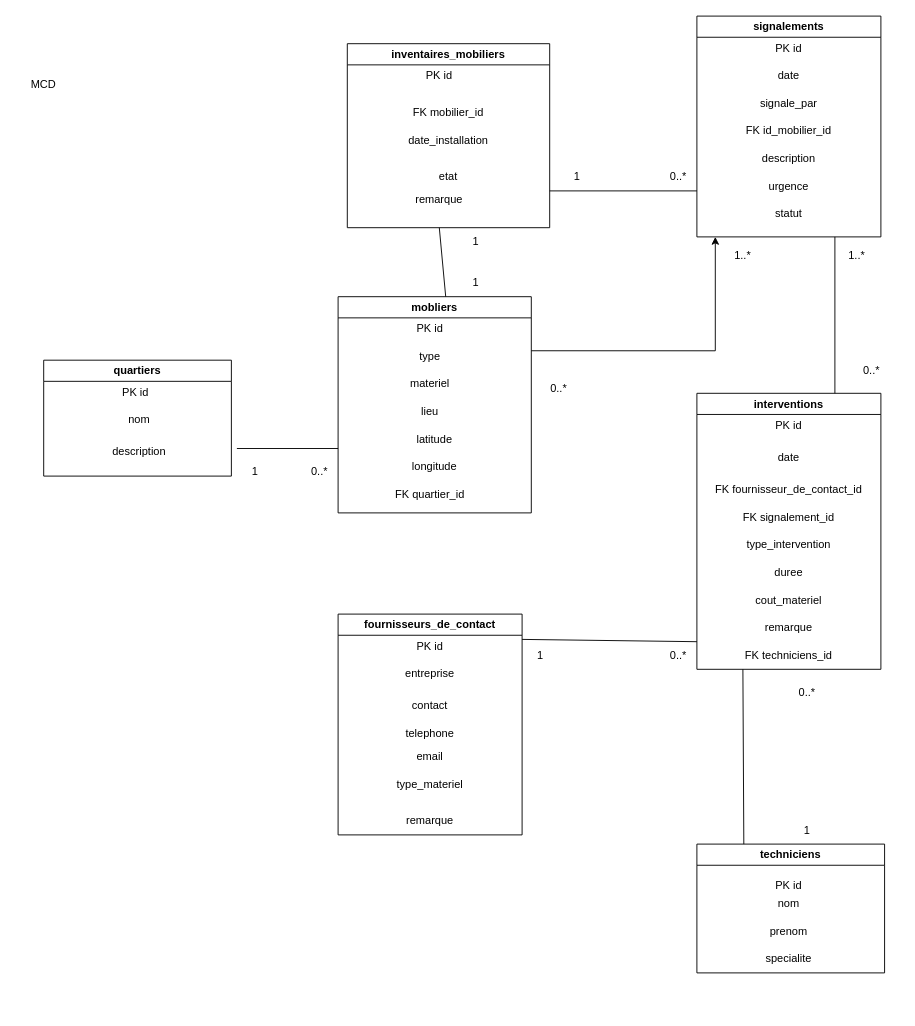
This is MCD.drawio from justinestalder-svg/Analyse-des-d-lais-de-traitement-par-quartier, a draw.io file, before an edit. Source tidied: cells renumbered, new cells numbered last; positions are measured from the earlier drawing's top-left corner, leaving out a move shared by most shapes. Both pictures are drawn from the tidied source at 92%, with x=0, y=0 at pixel (16, 16).
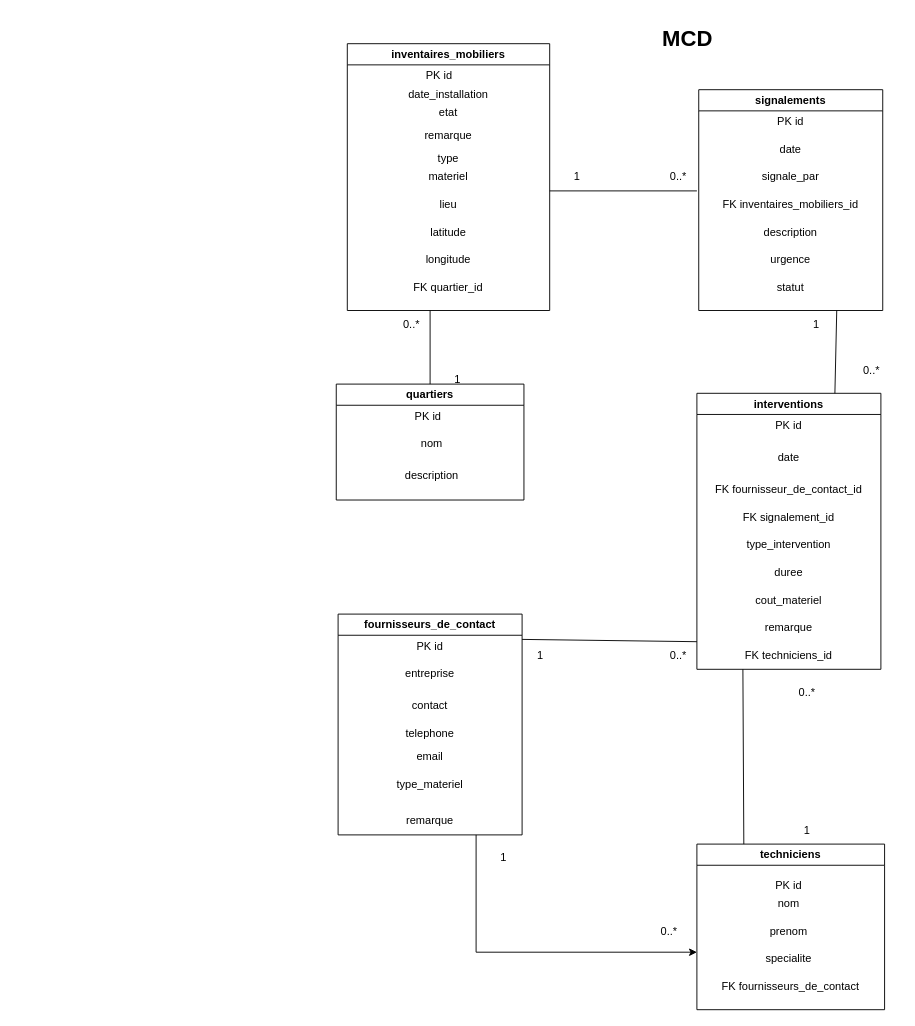
Above is the later version.

Commit message:
Mettre à jour MCD.drawio

Unchanged cells that the change refers to:
```xml
<mxCell id="8" value="remarque" style="text;html=1;whiteSpace=wrap;strokeColor=none;fillColor=none;align=center;verticalAlign=middle;rounded=0;" parent="2" vertex="1">
  <mxGeometry y="210" width="200" height="30" as="geometry" />
</mxCell>
<mxCell id="62" value="specialite" style="text;html=1;whiteSpace=wrap;strokeColor=none;fillColor=none;align=center;verticalAlign=middle;rounded=0;" parent="58" vertex="1">
  <mxGeometry y="110" width="200" height="30" as="geometry" />
</mxCell>
```

Diff of the diagram source:
```diff
@@
     <mxCell id="20" value="inventaires_mobiliers" style="swimlane;whiteSpace=wrap;html=1;rounded=0;align=center;verticalAlign=middle;fontFamily=Helvetica;fontSize=12;fontColor=default;fillColor=none;gradientColor=none;" parent="1" vertex="1">
-      <mxGeometry x="360" y="30" width="220" height="200" as="geometry" />
+      <mxGeometry x="360" y="30" width="220" height="290" as="geometry" />
     </mxCell>
@@
     <mxCell id="22" value="date_installation" style="text;html=1;whiteSpace=wrap;strokeColor=none;fillColor=none;align=center;verticalAlign=middle;rounded=0;" parent="20" vertex="1">
-      <mxGeometry x="10" y="90" width="200" height="30" as="geometry" />
+      <mxGeometry x="10" y="40" width="200" height="30" as="geometry" />
     </mxCell>
     <mxCell id="23" value="etat" style="text;html=1;whiteSpace=wrap;strokeColor=none;fillColor=none;align=center;verticalAlign=middle;rounded=0;" parent="20" vertex="1">
-      <mxGeometry x="10" y="130" width="200" height="30" as="geometry" />
+      <mxGeometry x="10" y="60" width="200" height="30" as="geometry" />
     </mxCell>
     <mxCell id="24" value="remarque" style="text;html=1;whiteSpace=wrap;strokeColor=none;fillColor=none;align=center;verticalAlign=middle;rounded=0;" parent="20" vertex="1">
-      <mxGeometry y="160" width="200" height="20" as="geometry" />
+      <mxGeometry x="10" y="90" width="200" height="20" as="geometry" />
     </mxCell>
-    <mxCell id="25" value="FK mobilier_id" style="text;html=1;whiteSpace=wrap;strokeColor=none;fillColor=none;align=center;verticalAlign=middle;rounded=0;fontFamily=Helvetica;fontSize=12;fontColor=default;" parent="20" vertex="1">
-      <mxGeometry x="10" y="60" width="200" height="30" as="geometry" />
-    </mxCell>
+    <mxCell id="45" value="type" style="text;html=1;whiteSpace=wrap;strokeColor=none;fillColor=none;align=center;verticalAlign=middle;rounded=0;fontFamily=Helvetica;fontSize=12;fontColor=default;" parent="20" vertex="1">
+      <mxGeometry x="10" y="110" width="200" height="30" as="geometry" />
+    </mxCell>
+    <mxCell id="46" value="materiel" style="text;html=1;whiteSpace=wrap;strokeColor=none;fillColor=none;align=center;verticalAlign=middle;rounded=0;fontFamily=Helvetica;fontSize=12;fontColor=default;" parent="20" vertex="1">
+      <mxGeometry x="10" y="130" width="200" height="30" as="geometry" />
+    </mxCell>
+    <mxCell id="47" value="lieu" style="text;html=1;whiteSpace=wrap;strokeColor=none;fillColor=none;align=center;verticalAlign=middle;rounded=0;fontFamily=Helvetica;fontSize=12;fontColor=default;" parent="20" vertex="1">
+      <mxGeometry x="10" y="160" width="200" height="30" as="geometry" />
+    </mxCell>
+    <mxCell id="48" value="latitude" style="text;html=1;whiteSpace=wrap;strokeColor=none;fillColor=none;align=center;verticalAlign=middle;rounded=0;fontFamily=Helvetica;fontSize=12;fontColor=default;" parent="20" vertex="1">
+      <mxGeometry x="10" y="190" width="200" height="30" as="geometry" />
+    </mxCell>
+    <mxCell id="49" value="longitude" style="text;html=1;whiteSpace=wrap;strokeColor=none;fillColor=none;align=center;verticalAlign=middle;rounded=0;fontFamily=Helvetica;fontSize=12;fontColor=default;" parent="20" vertex="1">
+      <mxGeometry x="10" y="220" width="200" height="30" as="geometry" />
+    </mxCell>
+    <mxCell id="50" value="FK quartier_id" style="text;html=1;whiteSpace=wrap;strokeColor=none;fillColor=none;align=center;verticalAlign=middle;rounded=0;fontFamily=Helvetica;fontSize=12;fontColor=default;" parent="20" vertex="1">
+      <mxGeometry x="10" y="250" width="200" height="30" as="geometry" />
+    </mxCell>
     <mxCell id="26" value="signalements" style="swimlane;whiteSpace=wrap;html=1;" parent="1" vertex="1">
-      <mxGeometry x="740" width="200" height="240" as="geometry" />
+      <mxGeometry x="742" y="80" width="200" height="240" as="geometry" />
     </mxCell>
@@
-    <mxCell id="33" value="FK id_mobilier_id" style="text;html=1;whiteSpace=wrap;strokeColor=none;fillColor=none;align=center;verticalAlign=middle;rounded=0;" parent="26" vertex="1">
+    <mxCell id="33" value="FK inventaires_mobiliers_id" style="text;html=1;whiteSpace=wrap;strokeColor=none;fillColor=none;align=center;verticalAlign=middle;rounded=0;" parent="26" vertex="1">
       <mxGeometry y="110" width="200" height="30" as="geometry" />
     </mxCell>
@@
-    <mxCell id="35" value="1" style="text;html=1;whiteSpace=wrap;strokeColor=none;fillColor=none;align=center;verticalAlign=middle;rounded=0;" parent="1" vertex="1">
-      <mxGeometry x="580" y="160" width="60" height="30" as="geometry" />
-    </mxCell>
@@
-    <mxCell id="37" value="1..*" style="text;html=1;whiteSpace=wrap;strokeColor=none;fillColor=none;align=center;verticalAlign=middle;rounded=0;" parent="1" vertex="1">
-      <mxGeometry x="884" y="245" width="60" height="30" as="geometry" />
+    <mxCell id="37" value="1" style="text;html=1;whiteSpace=wrap;strokeColor=none;fillColor=none;align=center;verticalAlign=middle;rounded=0;" parent="1" vertex="1">
+      <mxGeometry x="840" y="320" width="60" height="30" as="geometry" />
     </mxCell>
@@
-    <mxCell id="43" value="mobliers" style="swimlane;whiteSpace=wrap;html=1;" parent="1" vertex="1">
-      <mxGeometry x="350" y="305" width="210" height="235" as="geometry" />
-    </mxCell>
-    <mxCell id="44" value="PK id" style="text;html=1;whiteSpace=wrap;strokeColor=none;fillColor=none;align=center;verticalAlign=middle;rounded=0;fontFamily=Helvetica;fontSize=12;fontColor=default;" parent="43" vertex="1">
-      <mxGeometry y="20" width="200" height="30" as="geometry" />
-    </mxCell>
-    <mxCell id="45" value="type" style="text;html=1;whiteSpace=wrap;strokeColor=none;fillColor=none;align=center;verticalAlign=middle;rounded=0;fontFamily=Helvetica;fontSize=12;fontColor=default;" parent="43" vertex="1">
-      <mxGeometry y="50" width="200" height="30" as="geometry" />
-    </mxCell>
-    <mxCell id="46" value="materiel" style="text;html=1;whiteSpace=wrap;strokeColor=none;fillColor=none;align=center;verticalAlign=middle;rounded=0;fontFamily=Helvetica;fontSize=12;fontColor=default;" parent="43" vertex="1">
-      <mxGeometry y="80" width="200" height="30" as="geometry" />
-    </mxCell>
-    <mxCell id="47" value="lieu" style="text;html=1;whiteSpace=wrap;strokeColor=none;fillColor=none;align=center;verticalAlign=middle;rounded=0;fontFamily=Helvetica;fontSize=12;fontColor=default;" parent="43" vertex="1">
-      <mxGeometry y="110" width="200" height="30" as="geometry" />
-    </mxCell>
-    <mxCell id="48" value="latitude" style="text;html=1;whiteSpace=wrap;strokeColor=none;fillColor=none;align=center;verticalAlign=middle;rounded=0;fontFamily=Helvetica;fontSize=12;fontColor=default;" parent="43" vertex="1">
-      <mxGeometry x="5" y="140" width="200" height="30" as="geometry" />
-    </mxCell>
-    <mxCell id="49" value="longitude" style="text;html=1;whiteSpace=wrap;strokeColor=none;fillColor=none;align=center;verticalAlign=middle;rounded=0;fontFamily=Helvetica;fontSize=12;fontColor=default;" parent="43" vertex="1">
-      <mxGeometry x="5" y="170" width="200" height="30" as="geometry" />
-    </mxCell>
-    <mxCell id="50" value="FK quartier_id" style="text;html=1;whiteSpace=wrap;strokeColor=none;fillColor=none;align=center;verticalAlign=middle;rounded=0;fontFamily=Helvetica;fontSize=12;fontColor=default;" parent="43" vertex="1">
-      <mxGeometry y="200" width="200" height="30" as="geometry" />
-    </mxCell>
-    <mxCell id="51" value="1" style="text;html=1;whiteSpace=wrap;strokeColor=none;fillColor=none;align=center;verticalAlign=middle;rounded=0;" parent="1" vertex="1">
-      <mxGeometry x="470" y="230" width="60" height="30" as="geometry" />
-    </mxCell>
-    <mxCell id="52" value="1" style="text;html=1;whiteSpace=wrap;strokeColor=none;fillColor=none;align=center;verticalAlign=middle;rounded=0;" parent="1" vertex="1">
-      <mxGeometry x="470" y="275" width="60" height="30" as="geometry" />
-    </mxCell>
-    <mxCell id="53" style="endArrow=none;html=1;rounded=0;exitX=0.557;exitY=0;exitDx=0;exitDy=0;exitPerimeter=0;" parent="1" edge="1" source="43">
-      <mxGeometry relative="1" as="geometry">
-        <mxPoint x="460" y="230" as="targetPoint" />
-      </mxGeometry>
-    </mxCell>
     <mxCell id="54" value="quartiers" style="swimlane;whiteSpace=wrap;html=1;" parent="1" vertex="1">
-      <mxGeometry x="30" y="374" width="204" height="126" as="geometry" />
+      <mxGeometry x="348" y="400" width="204" height="126" as="geometry" />
     </mxCell>
@@
     <mxCell id="58" value="techniciens" style="swimlane;whiteSpace=wrap;html=1;startSize=23;" parent="1" vertex="1">
-      <mxGeometry x="740" y="900" width="204" height="140" as="geometry" />
+      <mxGeometry x="740" y="900" width="204" height="180" as="geometry" />
     </mxCell>
@@
+    <mxCell id="73" value="FK fournisseurs_de_contact" style="text;html=1;whiteSpace=wrap;strokeColor=none;fillColor=none;align=center;verticalAlign=middle;rounded=0;" parent="58" vertex="1">
+      <mxGeometry x="2" y="140" width="200" height="30" as="geometry" />
+    </mxCell>
@@
-    <mxCell id="65" style="edgeStyle=orthogonalEdgeStyle;rounded=0;jettySize=auto;html=1;exitX=1;exitY=0.25;exitDx=0;exitDy=0;" parent="1" edge="1" source="43">
-      <mxGeometry relative="1" as="geometry">
-        <mxPoint x="760" y="240" as="targetPoint" />
-        <Array as="points">
-          <mxPoint x="760" y="364" />
-        </Array>
-      </mxGeometry>
-    </mxCell>
-    <mxCell id="66" value="0..*" style="text;html=1;whiteSpace=wrap;strokeColor=none;fillColor=none;align=center;verticalAlign=middle;rounded=0;" parent="1" vertex="1">
-      <mxGeometry x="560" y="390" width="60" height="30" as="geometry" />
+    <mxCell id="66" value="1" style="text;html=1;whiteSpace=wrap;strokeColor=none;fillColor=none;align=center;verticalAlign=middle;rounded=0;" parent="1" vertex="1">
+      <mxGeometry x="580" y="160" width="60" height="30" as="geometry" />
     </mxCell>
-    <mxCell id="67" value="1..*" style="text;html=1;whiteSpace=wrap;strokeColor=none;fillColor=none;align=center;verticalAlign=middle;rounded=0;" parent="1" vertex="1">
-      <mxGeometry x="760" y="245" width="60" height="30" as="geometry" />
-    </mxCell>
-    <mxCell id="68" style="endArrow=none;html=1;rounded=0;" parent="1" edge="1">
+    <mxCell id="68" style="endArrow=none;html=1;rounded=0;entryX=1;entryY=1;entryDx=0;entryDy=0;" parent="1" edge="1">
       <mxGeometry relative="1" as="geometry">
-        <mxPoint x="240" y="470" as="sourcePoint" />
-        <mxPoint x="350" y="470" as="targetPoint" />
+        <mxPoint x="450" y="400" as="sourcePoint" />
+        <mxPoint x="450" y="320" as="targetPoint" />
       </mxGeometry>
     </mxCell>
     <mxCell id="69" value="1" style="text;html=1;whiteSpace=wrap;strokeColor=none;fillColor=none;align=center;verticalAlign=middle;rounded=0;" parent="1" vertex="1">
-      <mxGeometry x="230" y="480" width="60" height="30" as="geometry" />
+      <mxGeometry x="450" y="380" width="60" height="30" as="geometry" />
     </mxCell>
     <mxCell id="70" value="0..*" style="text;html=1;whiteSpace=wrap;strokeColor=none;fillColor=none;align=center;verticalAlign=middle;rounded=0;" parent="1" vertex="1">
-      <mxGeometry x="300" y="480" width="60" height="30" as="geometry" />
+      <mxGeometry x="400" y="320" width="60" height="30" as="geometry" />
     </mxCell>
@@
+    <mxCell id="74" style="edgeStyle=orthogonalEdgeStyle;rounded=0;jettySize=auto;html=1;exitX=0.75;exitY=1;exitDx=0;exitDy=0;entryX=0;entryY=0.25;entryDx=0;entryDy=0;" parent="1" edge="1" source="8" target="62">
+      <mxGeometry relative="1" as="geometry" />
+    </mxCell>
+    <mxCell id="75" value="1" style="text;html=1;whiteSpace=wrap;strokeColor=none;fillColor=none;align=center;verticalAlign=middle;rounded=0;" parent="1" vertex="1">
+      <mxGeometry x="500" y="900" width="60" height="30" as="geometry" />
+    </mxCell>
+    <mxCell id="76" value="0..*" style="text;html=1;whiteSpace=wrap;strokeColor=none;fillColor=none;align=center;verticalAlign=middle;rounded=0;" parent="1" vertex="1">
+      <mxGeometry x="680" y="980" width="60" height="30" as="geometry" />
+    </mxCell>
-    <mxCell id="72" value="MCD" style="text;html=1;whiteSpace=wrap;strokeColor=none;fillColor=none;align=center;verticalAlign=middle;rounded=0;" parent="1" vertex="1">
-      <mxGeometry y="60" width="60" height="30" as="geometry" />
+    <mxCell id="72" value="&lt;font style=&quot;font-size: 24px;&quot;&gt;&lt;b&gt;MCD&lt;/b&gt;&lt;/font&gt;" style="text;html=1;whiteSpace=wrap;strokeColor=none;fillColor=none;align=center;verticalAlign=middle;rounded=0;" parent="1" vertex="1">
+      <mxGeometry x="700" y="10" width="60" height="30" as="geometry" />
     </mxCell>
```
